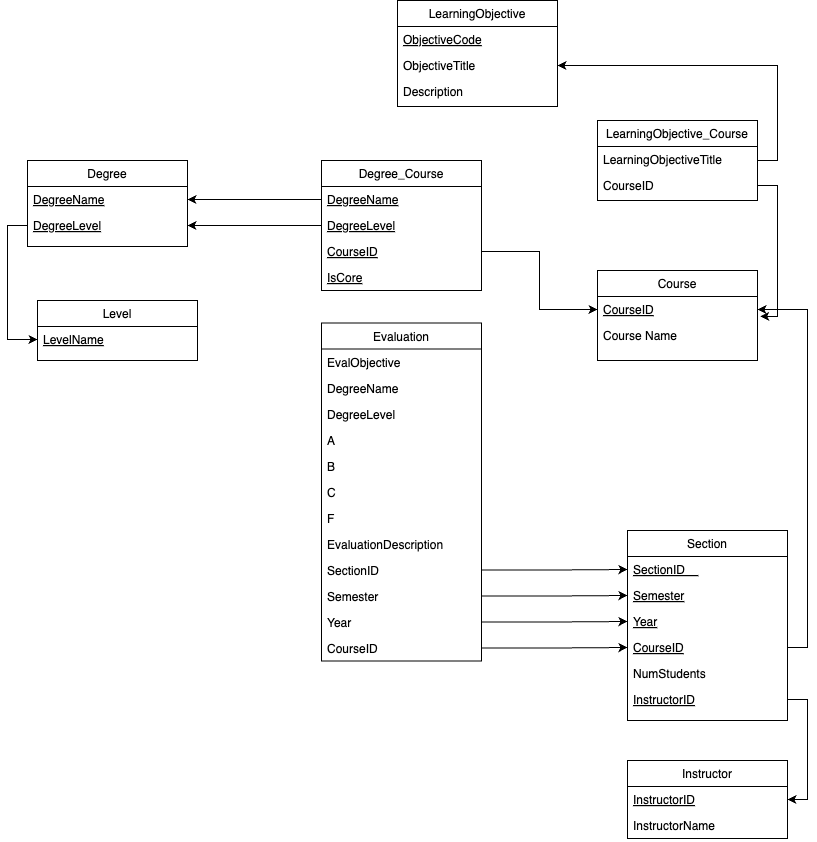
Above: DB-Final-Project-Schema.png in Marcos-Zertuche/Database-Final-Proj (draw.io), before the change. Source tidied: cells renumbered, new cells last; positions are measured from the earlier drawing's top-left corner, leaving out a move shared by most shapes. Its diagram source:
```xml
<mxGraphModel>
  <root>
    <mxCell id="0" />
    <mxCell id="1" parent="0" />
    <mxCell id="2" value="Level" style="swimlane;fontStyle=0;align=center;verticalAlign=top;horizontal=1;startSize=26;rounded=0;shadow=0;strokeWidth=1;" parent="1" vertex="1">
      <mxGeometry x="10" y="300" width="160" height="60" as="geometry" />
    </mxCell>
    <mxCell id="3" value="LevelName" style="text;align=left;verticalAlign=top;spacingLeft=4;spacingRight=4;overflow=hidden;points=[[0,0.5],[1,0.5]];portConstraint=eastwest;fontStyle=4;" parent="2" vertex="1">
      <mxGeometry y="26" width="160" height="26" as="geometry" />
    </mxCell>
    <mxCell id="4" value="Degree" style="swimlane;fontStyle=0;align=center;verticalAlign=top;horizontal=1;startSize=26;rounded=0;shadow=0;strokeWidth=1;" parent="1" vertex="1">
      <mxGeometry y="160" width="160" height="86" as="geometry" />
    </mxCell>
    <mxCell id="5" value="DegreeName" style="text;align=left;verticalAlign=top;spacingLeft=4;spacingRight=4;overflow=hidden;points=[[0,0.5],[1,0.5]];portConstraint=eastwest;fontStyle=4;" parent="4" vertex="1">
      <mxGeometry y="26" width="160" height="26" as="geometry" />
    </mxCell>
    <mxCell id="6" value="DegreeLevel" style="text;align=left;verticalAlign=top;spacingLeft=4;spacingRight=4;overflow=hidden;points=[[0,0.5],[1,0.5]];portConstraint=eastwest;fontStyle=4;" parent="4" vertex="1">
      <mxGeometry y="52" width="160" height="26" as="geometry" />
    </mxCell>
    <mxCell id="7" value="Course" style="swimlane;fontStyle=0;align=center;verticalAlign=top;horizontal=1;startSize=26;rounded=0;shadow=0;strokeWidth=1;" parent="1" vertex="1">
      <mxGeometry x="570" y="270" width="160" height="90" as="geometry" />
    </mxCell>
    <mxCell id="8" value="CourseID" style="text;align=left;verticalAlign=top;spacingLeft=4;spacingRight=4;overflow=hidden;points=[[0,0.5],[1,0.5]];portConstraint=eastwest;fontStyle=4;" parent="7" vertex="1">
      <mxGeometry y="26" width="160" height="26" as="geometry" />
    </mxCell>
    <mxCell id="9" value="Course Name" style="text;align=left;verticalAlign=top;spacingLeft=4;spacingRight=4;overflow=hidden;rounded=0;shadow=0;html=0;" parent="7" vertex="1">
      <mxGeometry y="52" width="160" height="26" as="geometry" />
    </mxCell>
    <mxCell id="10" value="Section" style="swimlane;fontStyle=0;align=center;verticalAlign=top;horizontal=1;startSize=26;rounded=0;shadow=0;strokeWidth=1;rotation=0;" parent="1" vertex="1">
      <mxGeometry x="600" y="530" width="160" height="190" as="geometry" />
    </mxCell>
    <mxCell id="11" value="SectionID    " style="text;align=left;verticalAlign=top;spacingLeft=4;spacingRight=4;overflow=hidden;points=[[0,0.5],[1,0.5]];portConstraint=eastwest;fontStyle=4;" parent="10" vertex="1">
      <mxGeometry y="26" width="160" height="26" as="geometry" />
    </mxCell>
    <mxCell id="12" value="Semester" style="text;align=left;verticalAlign=top;spacingLeft=4;spacingRight=4;overflow=hidden;points=[[0,0.5],[1,0.5]];portConstraint=eastwest;rounded=0;shadow=0;html=0;fontStyle=4;" parent="10" vertex="1">
      <mxGeometry y="52" width="160" height="26" as="geometry" />
    </mxCell>
    <mxCell id="13" value="Year" style="text;align=left;verticalAlign=top;spacingLeft=4;spacingRight=4;overflow=hidden;points=[[0,0.5],[1,0.5]];portConstraint=eastwest;rounded=0;shadow=0;html=0;fontStyle=4;" parent="10" vertex="1">
      <mxGeometry y="78" width="160" height="26" as="geometry" />
    </mxCell>
    <mxCell id="14" value="CourseID" style="text;align=left;verticalAlign=top;spacingLeft=4;spacingRight=4;overflow=hidden;points=[[0,0.5],[1,0.5]];portConstraint=eastwest;rounded=0;shadow=0;html=0;fontStyle=4;" parent="10" vertex="1">
      <mxGeometry y="104" width="160" height="26" as="geometry" />
    </mxCell>
    <mxCell id="15" value="NumStudents" style="text;align=left;verticalAlign=top;spacingLeft=4;spacingRight=4;overflow=hidden;rounded=0;shadow=0;html=0;" parent="10" vertex="1">
      <mxGeometry y="130" width="160" height="26" as="geometry" />
    </mxCell>
    <mxCell id="16" value="InstructorID" style="text;align=left;verticalAlign=top;spacingLeft=4;spacingRight=4;overflow=hidden;points=[[0,0.5],[1,0.5]];portConstraint=eastwest;rounded=0;shadow=0;html=0;fontStyle=4;" parent="10" vertex="1">
      <mxGeometry y="156" width="160" height="26" as="geometry" />
    </mxCell>
    <mxCell id="17" value="Evaluation" style="swimlane;fontStyle=0;align=center;verticalAlign=top;horizontal=1;startSize=26;rounded=0;shadow=0;strokeWidth=1;rotation=0;" parent="1" vertex="1">
      <mxGeometry x="294" y="322.5" width="160" height="338" as="geometry" />
    </mxCell>
    <mxCell id="18" value="EvalObjective" style="text;align=left;verticalAlign=top;spacingLeft=4;spacingRight=4;overflow=hidden;points=[[0,0.5],[1,0.5]];portConstraint=eastwest;" parent="17" vertex="1">
      <mxGeometry y="26" width="160" height="26" as="geometry" />
    </mxCell>
    <mxCell id="19" value="DegreeName" style="text;align=left;verticalAlign=top;spacingLeft=4;spacingRight=4;overflow=hidden;rounded=0;shadow=0;html=0;" parent="17" vertex="1">
      <mxGeometry y="52" width="160" height="26" as="geometry" />
    </mxCell>
    <mxCell id="20" value="DegreeLevel" style="text;align=left;verticalAlign=top;spacingLeft=4;spacingRight=4;overflow=hidden;rounded=0;shadow=0;html=0;" parent="17" vertex="1">
      <mxGeometry y="78" width="160" height="26" as="geometry" />
    </mxCell>
    <mxCell id="21" value="A" style="text;align=left;verticalAlign=top;spacingLeft=4;spacingRight=4;overflow=hidden;rounded=0;shadow=0;html=0;" parent="17" vertex="1">
      <mxGeometry y="104" width="160" height="26" as="geometry" />
    </mxCell>
    <mxCell id="22" value="B" style="text;align=left;verticalAlign=top;spacingLeft=4;spacingRight=4;overflow=hidden;rounded=0;shadow=0;html=0;" parent="17" vertex="1">
      <mxGeometry y="130" width="160" height="26" as="geometry" />
    </mxCell>
    <mxCell id="23" value="C   " style="text;align=left;verticalAlign=top;spacingLeft=4;spacingRight=4;overflow=hidden;rounded=0;shadow=0;html=0;" parent="17" vertex="1">
      <mxGeometry y="156" width="160" height="26" as="geometry" />
    </mxCell>
    <mxCell id="24" value="F" style="text;align=left;verticalAlign=top;spacingLeft=4;spacingRight=4;overflow=hidden;rounded=0;shadow=0;html=0;" parent="17" vertex="1">
      <mxGeometry y="182" width="160" height="26" as="geometry" />
    </mxCell>
    <mxCell id="25" value="EvaluationDescription" style="text;align=left;verticalAlign=top;spacingLeft=4;spacingRight=4;overflow=hidden;rounded=0;shadow=0;html=0;" parent="17" vertex="1">
      <mxGeometry y="208" width="160" height="26" as="geometry" />
    </mxCell>
    <mxCell id="26" value="SectionID" style="text;align=left;verticalAlign=top;spacingLeft=4;spacingRight=4;overflow=hidden;points=[[0,0.5],[1,0.5]];portConstraint=eastwest;rounded=0;shadow=0;html=0;" parent="17" vertex="1">
      <mxGeometry y="234" width="160" height="26" as="geometry" />
    </mxCell>
    <mxCell id="27" value="Semester" style="text;align=left;verticalAlign=top;spacingLeft=4;spacingRight=4;overflow=hidden;points=[[0,0.5],[1,0.5]];portConstraint=eastwest;rounded=0;shadow=0;html=0;" parent="17" vertex="1">
      <mxGeometry y="260" width="160" height="26" as="geometry" />
    </mxCell>
    <mxCell id="28" value="Year" style="text;align=left;verticalAlign=top;spacingLeft=4;spacingRight=4;overflow=hidden;points=[[0,0.5],[1,0.5]];portConstraint=eastwest;rounded=0;shadow=0;html=0;" parent="17" vertex="1">
      <mxGeometry y="286" width="160" height="26" as="geometry" />
    </mxCell>
    <mxCell id="29" value="CourseID" style="text;align=left;verticalAlign=top;spacingLeft=4;spacingRight=4;overflow=hidden;points=[[0,0.5],[1,0.5]];portConstraint=eastwest;rounded=0;shadow=0;html=0;" parent="17" vertex="1">
      <mxGeometry y="312" width="160" height="26" as="geometry" />
    </mxCell>
    <mxCell id="30" value="Instructor" style="swimlane;fontStyle=0;align=center;verticalAlign=top;horizontal=1;startSize=26;rounded=0;shadow=0;strokeWidth=1;" parent="1" vertex="1">
      <mxGeometry x="600" y="760" width="160" height="78" as="geometry" />
    </mxCell>
    <mxCell id="31" value="InstructorID" style="text;align=left;verticalAlign=top;spacingLeft=4;spacingRight=4;overflow=hidden;fontStyle=4;" parent="30" vertex="1">
      <mxGeometry y="26" width="160" height="26" as="geometry" />
    </mxCell>
    <mxCell id="32" value="InstructorName" style="text;align=left;verticalAlign=top;spacingLeft=4;spacingRight=4;overflow=hidden;" parent="30" vertex="1">
      <mxGeometry y="52" width="160" height="26" as="geometry" />
    </mxCell>
    <mxCell id="33" style="edgeStyle=orthogonalEdgeStyle;rounded=0;jettySize=auto;html=1;exitX=1;exitY=0.5;exitDx=0;exitDy=0;" parent="1" edge="1" source="34" target="44">
      <mxGeometry relative="1" as="geometry" />
    </mxCell>
    <mxCell id="34" value="LearningObjective_Course" style="swimlane;fontStyle=0;align=center;verticalAlign=top;horizontal=1;startSize=26;rounded=0;shadow=0;strokeWidth=1;" parent="1" vertex="1">
      <mxGeometry x="570" y="120" width="160" height="80" as="geometry" />
    </mxCell>
    <mxCell id="35" value="LearningObjectiveTitle" style="text;align=left;verticalAlign=top;spacingLeft=4;spacingRight=4;overflow=hidden;" parent="34" vertex="1">
      <mxGeometry y="26" width="160" height="26" as="geometry" />
    </mxCell>
    <mxCell id="36" value="CourseID" style="text;align=left;verticalAlign=top;spacingLeft=4;spacingRight=4;overflow=hidden;points=[[0,0.5],[1,0.5]];portConstraint=eastwest;" parent="34" vertex="1">
      <mxGeometry y="52" width="160" height="26" as="geometry" />
    </mxCell>
    <mxCell id="37" value="Degree_Course" style="swimlane;fontStyle=0;align=center;verticalAlign=top;horizontal=1;startSize=26;rounded=0;shadow=0;strokeWidth=1;" parent="1" vertex="1">
      <mxGeometry x="294" y="160" width="160" height="130" as="geometry" />
    </mxCell>
    <mxCell id="38" value="DegreeName" style="text;align=left;verticalAlign=top;spacingLeft=4;spacingRight=4;overflow=hidden;points=[[0,0.5],[1,0.5]];portConstraint=eastwest;fontStyle=4;" parent="37" vertex="1">
      <mxGeometry y="26" width="160" height="26" as="geometry" />
    </mxCell>
    <mxCell id="39" value="DegreeLevel" style="text;align=left;verticalAlign=top;spacingLeft=4;spacingRight=4;overflow=hidden;points=[[0,0.5],[1,0.5]];portConstraint=eastwest;fontStyle=4;" parent="37" vertex="1">
      <mxGeometry y="52" width="160" height="26" as="geometry" />
    </mxCell>
    <mxCell id="40" value="CourseID" style="text;align=left;verticalAlign=top;spacingLeft=4;spacingRight=4;overflow=hidden;points=[[0,0.5],[1,0.5]];portConstraint=eastwest;fontStyle=4;" parent="37" vertex="1">
      <mxGeometry y="78" width="160" height="26" as="geometry" />
    </mxCell>
    <mxCell id="41" value="IsCore" style="text;align=left;verticalAlign=top;spacingLeft=4;spacingRight=4;overflow=hidden;fontStyle=4;" parent="37" vertex="1">
      <mxGeometry y="104" width="160" height="26" as="geometry" />
    </mxCell>
    <mxCell id="42" value="LearningObjective" style="swimlane;fontStyle=0;align=center;verticalAlign=top;horizontal=1;startSize=26;rounded=0;shadow=0;strokeWidth=1;" parent="1" vertex="1">
      <mxGeometry x="370" width="160" height="106" as="geometry" />
    </mxCell>
    <mxCell id="43" value="ObjectiveCode" style="text;align=left;verticalAlign=top;spacingLeft=4;spacingRight=4;overflow=hidden;fontStyle=4;" parent="42" vertex="1">
      <mxGeometry y="26" width="160" height="26" as="geometry" />
    </mxCell>
    <mxCell id="44" value="ObjectiveTitle" style="text;align=left;verticalAlign=top;spacingLeft=4;spacingRight=4;overflow=hidden;points=[[0,0.5],[1,0.5]];portConstraint=eastwest;" parent="42" vertex="1">
      <mxGeometry y="52" width="160" height="26" as="geometry" />
    </mxCell>
    <mxCell id="45" value="Description" style="text;align=left;verticalAlign=top;spacingLeft=4;spacingRight=4;overflow=hidden;" parent="42" vertex="1">
      <mxGeometry y="78" width="160" height="26" as="geometry" />
    </mxCell>
    <mxCell id="46" style="edgeStyle=orthogonalEdgeStyle;rounded=0;jettySize=auto;html=1;exitX=0;exitY=0.5;exitDx=0;exitDy=0;entryX=0;entryY=0.5;entryDx=0;entryDy=0;" parent="1" edge="1" source="6" target="3">
      <mxGeometry relative="1" as="geometry" />
    </mxCell>
    <mxCell id="47" style="edgeStyle=orthogonalEdgeStyle;rounded=0;jettySize=auto;html=1;exitX=0;exitY=0.5;exitDx=0;exitDy=0;entryX=1;entryY=0.5;entryDx=0;entryDy=0;" parent="1" edge="1" source="38" target="5">
      <mxGeometry relative="1" as="geometry" />
    </mxCell>
    <mxCell id="48" style="edgeStyle=orthogonalEdgeStyle;rounded=0;jettySize=auto;html=1;exitX=0;exitY=0.5;exitDx=0;exitDy=0;" parent="1" edge="1" source="39" target="6">
      <mxGeometry relative="1" as="geometry" />
    </mxCell>
    <mxCell id="49" style="edgeStyle=orthogonalEdgeStyle;rounded=0;jettySize=auto;html=1;exitX=1;exitY=0.5;exitDx=0;exitDy=0;entryX=0;entryY=0.5;entryDx=0;entryDy=0;" parent="1" edge="1" source="40" target="8">
      <mxGeometry relative="1" as="geometry" />
    </mxCell>
    <mxCell id="50" style="edgeStyle=orthogonalEdgeStyle;rounded=0;jettySize=auto;html=1;exitX=1;exitY=0.5;exitDx=0;exitDy=0;entryX=1;entryY=0.5;entryDx=0;entryDy=0;" parent="1" edge="1" source="16" target="30">
      <mxGeometry relative="1" as="geometry" />
    </mxCell>
    <mxCell id="51" style="edgeStyle=orthogonalEdgeStyle;rounded=0;jettySize=auto;html=1;exitX=1;exitY=0.5;exitDx=0;exitDy=0;entryX=0;entryY=0.5;entryDx=0;entryDy=0;" parent="1" edge="1" source="27" target="12">
      <mxGeometry relative="1" as="geometry" />
    </mxCell>
    <mxCell id="52" style="edgeStyle=orthogonalEdgeStyle;rounded=0;jettySize=auto;html=1;exitX=1;exitY=0.5;exitDx=0;exitDy=0;entryX=0;entryY=0.5;entryDx=0;entryDy=0;" parent="1" edge="1" source="28" target="13">
      <mxGeometry relative="1" as="geometry" />
    </mxCell>
    <mxCell id="53" style="edgeStyle=orthogonalEdgeStyle;rounded=0;jettySize=auto;html=1;exitX=1;exitY=0.5;exitDx=0;exitDy=0;entryX=0;entryY=0.5;entryDx=0;entryDy=0;" parent="1" edge="1" source="29" target="14">
      <mxGeometry relative="1" as="geometry" />
    </mxCell>
    <mxCell id="54" style="edgeStyle=orthogonalEdgeStyle;rounded=0;jettySize=auto;html=1;exitX=1;exitY=0.5;exitDx=0;exitDy=0;" parent="1" edge="1" source="26" target="11">
      <mxGeometry relative="1" as="geometry" />
    </mxCell>
    <mxCell id="55" style="edgeStyle=orthogonalEdgeStyle;rounded=0;jettySize=auto;html=1;exitX=1;exitY=0.5;exitDx=0;exitDy=0;entryX=1;entryY=0.5;entryDx=0;entryDy=0;" parent="1" edge="1" source="14" target="8">
      <mxGeometry relative="1" as="geometry" />
    </mxCell>
    <mxCell id="56" style="edgeStyle=orthogonalEdgeStyle;rounded=0;jettySize=auto;html=1;exitX=1;exitY=0.5;exitDx=0;exitDy=0;entryX=1.017;entryY=0.765;entryDx=0;entryDy=0;entryPerimeter=0;" parent="1" edge="1" source="36" target="8">
      <mxGeometry relative="1" as="geometry" />
    </mxCell>
  </root>
</mxGraphModel>
```
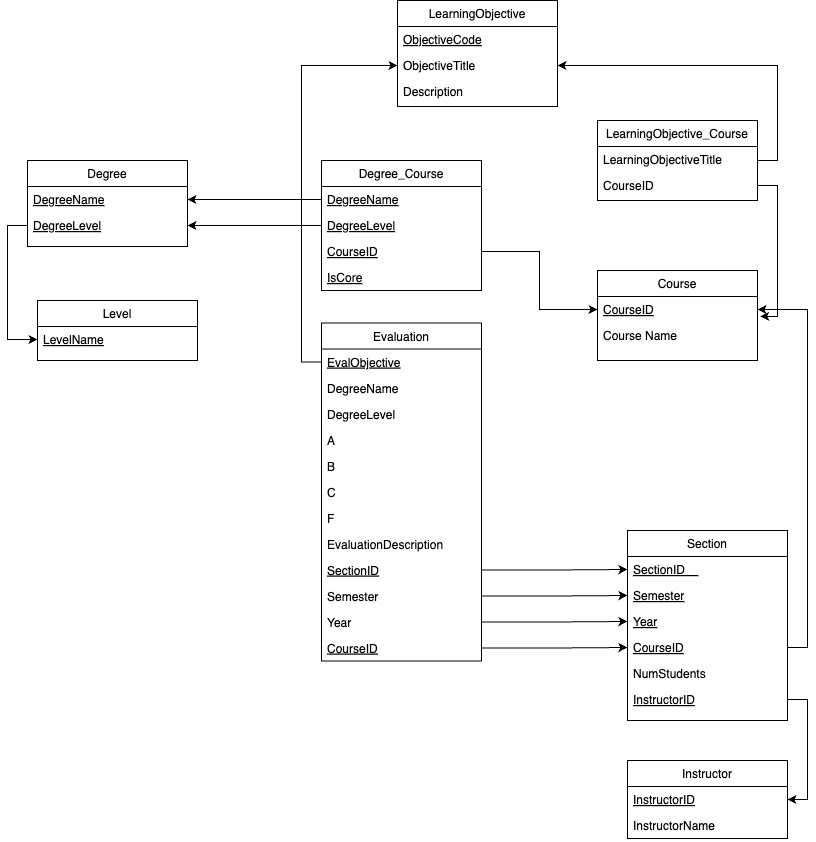
The same diagram one commit later.

Commit message:
Instructions, schema, tables 5-9 in, waiting on tables 1-4

Diff of the diagram source:
```diff
@@ -50,7 +50,7 @@
     <mxCell id="17" value="Evaluation" style="swimlane;fontStyle=0;align=center;verticalAlign=top;horizontal=1;startSize=26;rounded=0;shadow=0;strokeWidth=1;rotation=0;" parent="1" vertex="1">
       <mxGeometry x="294" y="322.5" width="160" height="338" as="geometry" />
     </mxCell>
-    <mxCell id="18" value="EvalObjective" style="text;align=left;verticalAlign=top;spacingLeft=4;spacingRight=4;overflow=hidden;points=[[0,0.5],[1,0.5]];portConstraint=eastwest;" parent="17" vertex="1">
+    <mxCell id="18" value="EvalObjective" style="text;align=left;verticalAlign=top;spacingLeft=4;spacingRight=4;overflow=hidden;points=[[0,0.5],[1,0.5]];portConstraint=eastwest;fontStyle=4;" parent="17" vertex="1">
       <mxGeometry y="26" width="160" height="26" as="geometry" />
     </mxCell>
     <mxCell id="19" value="DegreeName" style="text;align=left;verticalAlign=top;spacingLeft=4;spacingRight=4;overflow=hidden;rounded=0;shadow=0;html=0;" parent="17" vertex="1">
@@ -74,7 +74,7 @@
     <mxCell id="25" value="EvaluationDescription" style="text;align=left;verticalAlign=top;spacingLeft=4;spacingRight=4;overflow=hidden;rounded=0;shadow=0;html=0;" parent="17" vertex="1">
       <mxGeometry y="208" width="160" height="26" as="geometry" />
     </mxCell>
-    <mxCell id="26" value="SectionID" style="text;align=left;verticalAlign=top;spacingLeft=4;spacingRight=4;overflow=hidden;points=[[0,0.5],[1,0.5]];portConstraint=eastwest;rounded=0;shadow=0;html=0;" parent="17" vertex="1">
+    <mxCell id="26" value="SectionID" style="text;align=left;verticalAlign=top;spacingLeft=4;spacingRight=4;overflow=hidden;points=[[0,0.5],[1,0.5]];portConstraint=eastwest;rounded=0;shadow=0;html=0;fontStyle=4;" parent="17" vertex="1">
       <mxGeometry y="234" width="160" height="26" as="geometry" />
     </mxCell>
     <mxCell id="27" value="Semester" style="text;align=left;verticalAlign=top;spacingLeft=4;spacingRight=4;overflow=hidden;points=[[0,0.5],[1,0.5]];portConstraint=eastwest;rounded=0;shadow=0;html=0;" parent="17" vertex="1">
@@ -83,7 +83,7 @@
     <mxCell id="28" value="Year" style="text;align=left;verticalAlign=top;spacingLeft=4;spacingRight=4;overflow=hidden;points=[[0,0.5],[1,0.5]];portConstraint=eastwest;rounded=0;shadow=0;html=0;" parent="17" vertex="1">
       <mxGeometry y="286" width="160" height="26" as="geometry" />
     </mxCell>
-    <mxCell id="29" value="CourseID" style="text;align=left;verticalAlign=top;spacingLeft=4;spacingRight=4;overflow=hidden;points=[[0,0.5],[1,0.5]];portConstraint=eastwest;rounded=0;shadow=0;html=0;" parent="17" vertex="1">
+    <mxCell id="29" value="CourseID" style="text;align=left;verticalAlign=top;spacingLeft=4;spacingRight=4;overflow=hidden;points=[[0,0.5],[1,0.5]];portConstraint=eastwest;rounded=0;shadow=0;html=0;fontStyle=4;" parent="17" vertex="1">
       <mxGeometry y="312" width="160" height="26" as="geometry" />
     </mxCell>
     <mxCell id="30" value="Instructor" style="swimlane;fontStyle=0;align=center;verticalAlign=top;horizontal=1;startSize=26;rounded=0;shadow=0;strokeWidth=1;" parent="1" vertex="1">
@@ -167,5 +167,8 @@
     <mxCell id="56" style="edgeStyle=orthogonalEdgeStyle;rounded=0;jettySize=auto;html=1;exitX=1;exitY=0.5;exitDx=0;exitDy=0;entryX=1.017;entryY=0.765;entryDx=0;entryDy=0;entryPerimeter=0;" parent="1" edge="1" source="36" target="8">
       <mxGeometry relative="1" as="geometry" />
     </mxCell>
+    <mxCell id="57" style="edgeStyle=orthogonalEdgeStyle;rounded=0;jettySize=auto;html=1;exitX=0;exitY=0.5;exitDx=0;exitDy=0;" parent="1" edge="1" source="18" target="44">
+      <mxGeometry relative="1" as="geometry" />
+    </mxCell>
   </root>
 </mxGraphModel>
```
